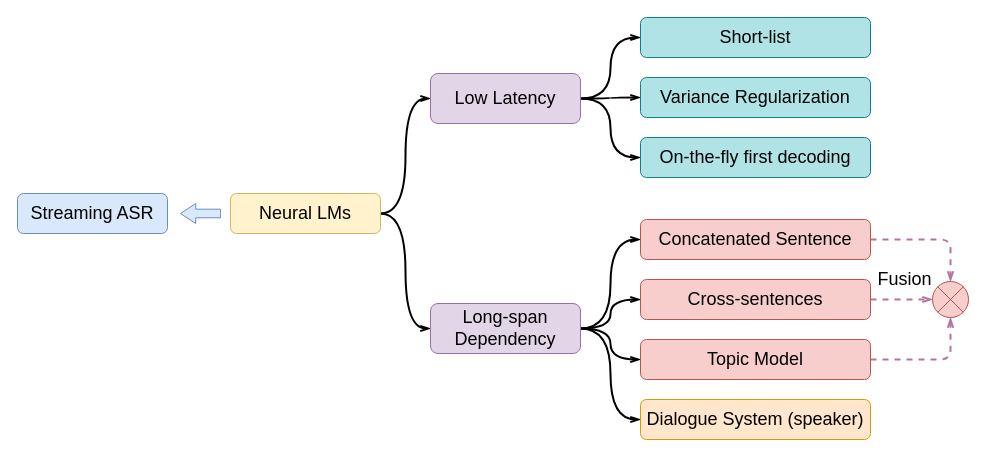
Before: Untitled Diagram.drawio in AmourWaltz/BayesLMs, a draw.io diagram. Source tidied: cells renumbered, new cells numbered last; positions are measured from the earlier drawing's top-left corner, leaving out a move shared by most shapes. Both pictures are drawn from the tidied source at 100%, with x=0, y=0 at pixel (17, 17).
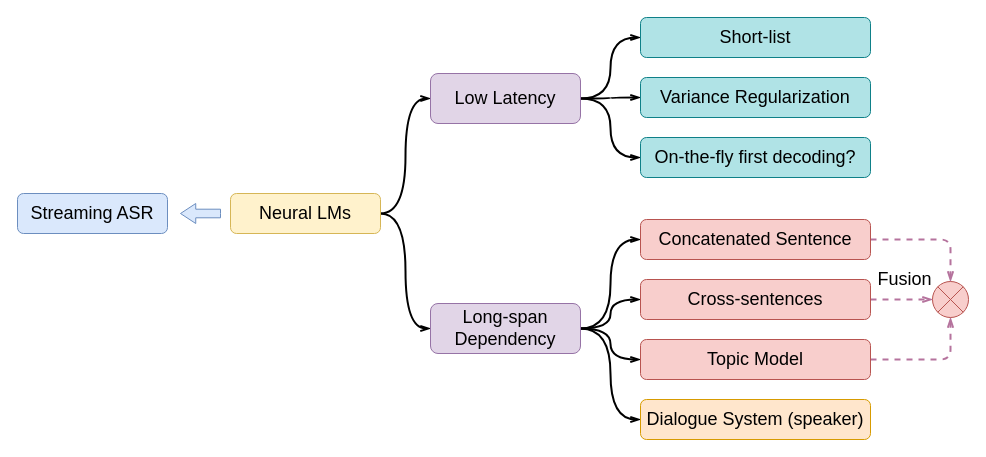
Above is the later version.

Change to the diagram source:
```diff
@@
-    <mxCell id="21" value="&lt;font style=&quot;font-size: 18px&quot;&gt;On-the-fly first decoding&lt;/font&gt;" style="rounded=1;whiteSpace=wrap;html=1;fillColor=#b0e3e6;strokeColor=#0e8088;" parent="1" vertex="1">
+    <mxCell id="21" value="&lt;font style=&quot;font-size: 18px&quot;&gt;On-the-fly first decoding?&lt;/font&gt;" style="rounded=1;whiteSpace=wrap;html=1;fillColor=#b0e3e6;strokeColor=#0e8088;" parent="1" vertex="1">
       <mxGeometry x="623" y="120" width="230" height="40" as="geometry" />
     </mxCell>
```
